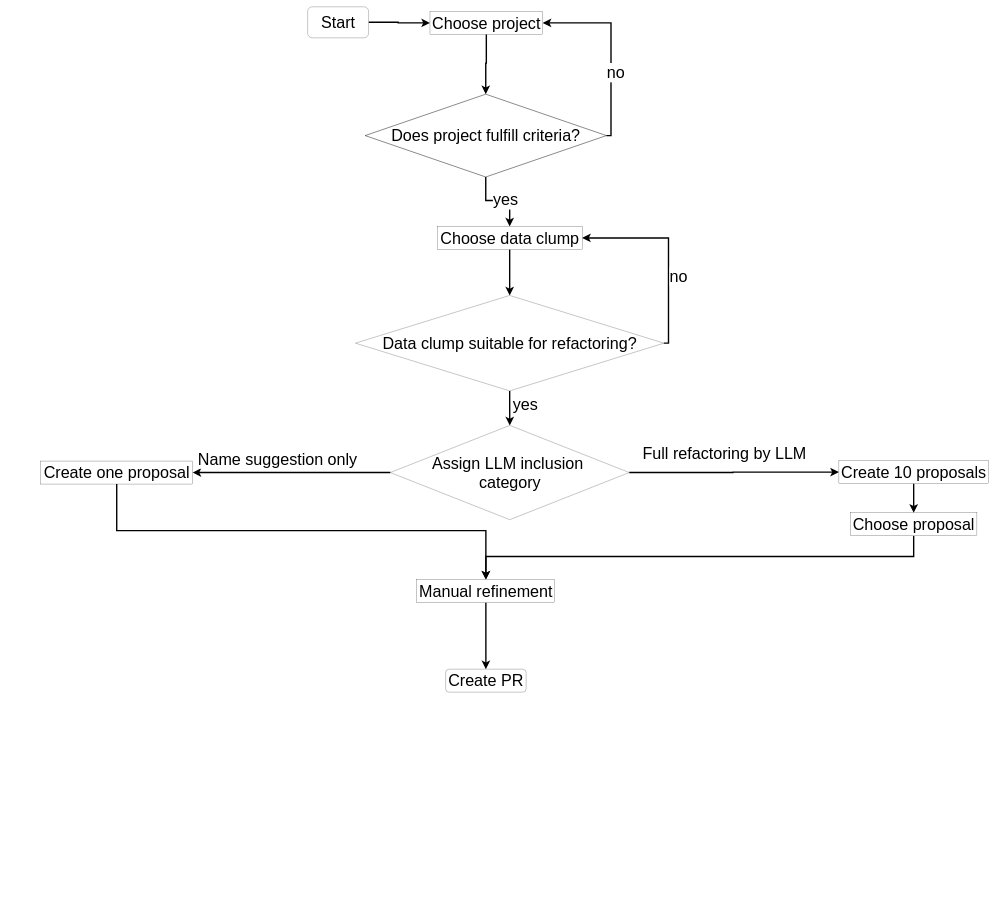
This is masterthesis/figures/chapter5/flowchart_expA.drawio from compf/master-thesis-report, a draw.io file, before an edit. Source tidied: cells renumbered, new cells numbered last; positions are measured from the earlier drawing's top-left corner, leaving out a move shared by most shapes. Both pictures are drawn from the tidied source at 23%, with x=0, y=0 at pixel (41, 7).
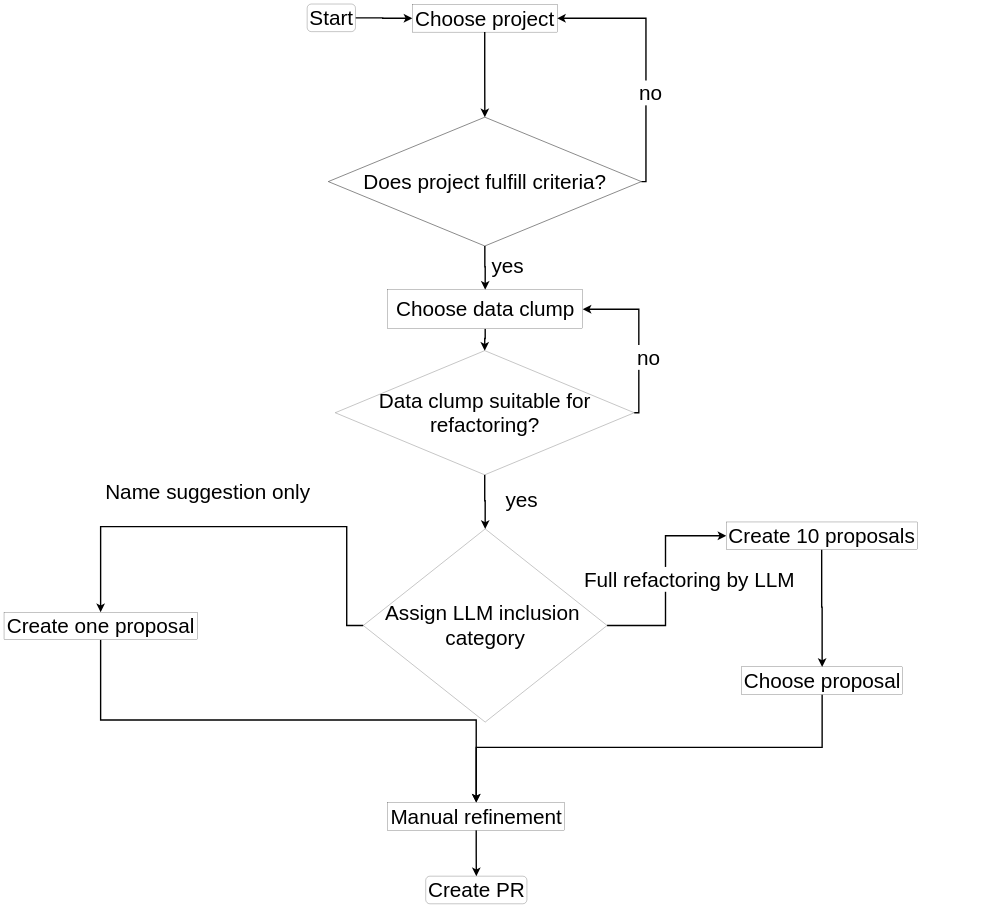
The same page after the edit.

What changed in the source:
```diff
@@
-    <mxCell id="2" style="edgeStyle=orthogonalEdgeStyle;rounded=0;jettySize=auto;html=1;exitX=1;exitY=0.5;exitDx=0;exitDy=0;exitPerimeter=0;entryX=1;entryY=0.5;entryDx=0;entryDy=0;fontSize=70;strokeWidth=6;endSize=19;" parent="1" edge="1" source="6" target="7">
+    <mxCell id="2" style="edgeStyle=orthogonalEdgeStyle;rounded=0;jettySize=auto;html=1;exitX=1;exitY=0.5;exitDx=0;exitDy=0;exitPerimeter=0;entryX=1;entryY=0.5;entryDx=0;entryDy=0;fontSize=90;strokeWidth=6;endSize=19;" parent="1" edge="1" source="6" target="7">
       <mxGeometry relative="1" as="geometry" />
     </mxCell>
-    <mxCell id="3" value="no" style="edgeLabel;html=1;align=center;verticalAlign=middle;fontSize=70;" parent="2" vertex="1">
-      <mxGeometry x="-0.28" relative="1" as="geometry">
-        <mxPoint x="20" y="-4" as="offset" />
+    <mxCell id="3" value="no" style="edgeLabel;html=1;align=center;verticalAlign=middle;fontSize=90;" parent="2" vertex="1">
+      <mxGeometry x="-0.28" width="120" height="120" relative="1" as="geometry">
+        <mxPoint x="-40" y="-64" as="offset" />
       </mxGeometry>
     </mxCell>
-    <mxCell id="4" style="edgeStyle=orthogonalEdgeStyle;rounded=0;jettySize=auto;html=1;exitX=0.5;exitY=1;exitDx=0;exitDy=0;exitPerimeter=0;entryX=0.5;entryY=0;entryDx=0;entryDy=0;fontSize=70;strokeWidth=6;endSize=19;" parent="1" edge="1" source="6" target="13">
+    <mxCell id="4" style="edgeStyle=orthogonalEdgeStyle;rounded=0;jettySize=auto;html=1;exitX=0.5;exitY=1;exitDx=0;exitDy=0;exitPerimeter=0;entryX=0.5;entryY=0;entryDx=0;entryDy=0;fontSize=90;strokeWidth=6;endSize=19;" parent="1" edge="1" source="6" target="13">
       <mxGeometry relative="1" as="geometry" />
     </mxCell>
-    <mxCell id="5" value="yes" style="edgeLabel;html=1;align=center;verticalAlign=middle;fontSize=70;" parent="4" vertex="1">
-      <mxGeometry x="-0.1" y="4" relative="1" as="geometry">
-        <mxPoint x="43" as="offset" />
+    <mxCell id="5" value="yes" style="edgeLabel;html=1;align=center;verticalAlign=middle;fontSize=90;" parent="4" vertex="1">
+      <mxGeometry x="-0.1" y="4" width="160" height="120" relative="1" as="geometry">
+        <mxPoint x="14" y="-60" as="offset" />
       </mxGeometry>
     </mxCell>
-    <mxCell id="6" value="Does project fulfill criteria?" style="strokeWidth=2;html=1;shape=mxgraph.flowchart.decision;whiteSpace=wrap;fontSize=70;" parent="1" vertex="1">
-      <mxGeometry x="1410" y="380" width="1049" height="360" as="geometry" />
+    <mxCell id="6" value="Does project fulfill criteria?" style="strokeWidth=2;html=1;shape=mxgraph.flowchart.decision;whiteSpace=wrap;fontSize=90;" parent="1" vertex="1">
+      <mxGeometry x="1250" y="480" width="1361" height="560" as="geometry" />
     </mxCell>
-    <mxCell id="7" value="Choose project" style="rounded=0;whiteSpace=wrap;html=1;fontSize=70;" parent="1" vertex="1">
-      <mxGeometry x="1692" y="20" width="490" height="100" as="geometry" />
+    <mxCell id="7" value="Choose project" style="rounded=0;whiteSpace=wrap;html=1;fontSize=90;" parent="1" vertex="1">
+      <mxGeometry x="1615" y="-10" width="630" height="120" as="geometry" />
     </mxCell>
-    <mxCell id="8" style="edgeStyle=orthogonalEdgeStyle;rounded=0;jettySize=auto;html=1;exitX=1;exitY=0.5;exitDx=0;exitDy=0;entryX=0;entryY=0.5;entryDx=0;entryDy=0;fontSize=70;strokeWidth=6;endSize=19;" parent="1" edge="1" source="31" target="11">
+    <mxCell id="8" style="edgeStyle=orthogonalEdgeStyle;rounded=0;jettySize=auto;html=1;exitX=1;exitY=0.5;exitDx=0;exitDy=0;entryX=0;entryY=0.5;entryDx=0;entryDy=0;fontSize=90;strokeWidth=6;endSize=19;" parent="1" edge="1" source="31" target="11">
       <mxGeometry relative="1" as="geometry" />
     </mxCell>
-    <mxCell id="9" value="Full refactoring by LLM" style="edgeLabel;html=1;align=center;verticalAlign=middle;fontSize=70;" parent="8" vertex="1">
-      <mxGeometry x="-0.32" y="-1" relative="1" as="geometry">
-        <mxPoint x="102" y="-86" as="offset" />
+    <mxCell id="9" value="Full refactoring by LLM" style="edgeLabel;html=1;align=center;verticalAlign=middle;fontSize=90;" parent="8" vertex="1">
+      <mxGeometry x="-0.32" y="-1" width="940" height="120" relative="1" as="geometry">
+        <mxPoint x="-368" y="-206" as="offset" />
       </mxGeometry>
     </mxCell>
-    <mxCell id="10" style="edgeStyle=orthogonalEdgeStyle;rounded=0;jettySize=auto;html=1;exitX=0.5;exitY=1;exitDx=0;exitDy=0;entryX=0.5;entryY=0;entryDx=0;entryDy=0;fontSize=70;strokeWidth=6;endSize=19;" parent="1" edge="1" source="11" target="24">
+    <mxCell id="10" style="edgeStyle=orthogonalEdgeStyle;rounded=0;jettySize=auto;html=1;entryX=0.5;entryY=0;entryDx=0;entryDy=0;endSize=19;strokeWidth=6;" parent="1" edge="1" source="11" target="24">
       <mxGeometry relative="1" as="geometry" />
     </mxCell>
-    <mxCell id="11" value="Create 10 proposals" style="rounded=0;whiteSpace=wrap;html=1;fontSize=70;" parent="1" vertex="1">
-      <mxGeometry x="3470" y="1973" width="650" height="100" as="geometry" />
+    <mxCell id="11" value="Create 10 proposals" style="rounded=0;whiteSpace=wrap;html=1;fontSize=90;" parent="1" vertex="1">
+      <mxGeometry x="2980" y="2240" width="830" height="120" as="geometry" />
     </mxCell>
-    <mxCell id="12" style="edgeStyle=orthogonalEdgeStyle;rounded=0;jettySize=auto;html=1;exitX=0.5;exitY=1;exitDx=0;exitDy=0;entryX=0.5;entryY=0;entryDx=0;entryDy=0;fontSize=70;strokeWidth=6;endSize=19;" parent="1" edge="1" source="13" target="18">
+    <mxCell id="12" style="edgeStyle=orthogonalEdgeStyle;rounded=0;jettySize=auto;html=1;exitX=0.5;exitY=1;exitDx=0;exitDy=0;entryX=0.5;entryY=0;entryDx=0;entryDy=0;fontSize=90;strokeWidth=6;endSize=19;" parent="1" edge="1" source="13" target="18">
       <mxGeometry relative="1" as="geometry" />
     </mxCell>
-    <mxCell id="13" value="Choose data clump" style="rounded=0;whiteSpace=wrap;html=1;fontSize=70;" parent="1" vertex="1">
-      <mxGeometry x="1723.5" y="955" width="630" height="100" as="geometry" />
+    <mxCell id="13" value="Choose data clump" style="rounded=0;whiteSpace=wrap;html=1;fontSize=90;" parent="1" vertex="1">
+      <mxGeometry x="1507.8" y="1230" width="848.5" height="170" as="geometry" />
     </mxCell>
-    <mxCell id="14" style="edgeStyle=orthogonalEdgeStyle;rounded=0;jettySize=auto;html=1;exitX=1;exitY=0.5;exitDx=0;exitDy=0;entryX=1;entryY=0.5;entryDx=0;entryDy=0;fontSize=70;strokeWidth=6;endSize=19;" parent="1" edge="1" source="18" target="13">
+    <mxCell id="14" style="edgeStyle=orthogonalEdgeStyle;rounded=0;jettySize=auto;html=1;exitX=1;exitY=0.5;exitDx=0;exitDy=0;entryX=1;entryY=0.5;entryDx=0;entryDy=0;fontSize=90;strokeWidth=6;endSize=19;" parent="1" edge="1" source="18" target="13">
       <mxGeometry relative="1" as="geometry" />
     </mxCell>
-    <mxCell id="15" value="no" style="edgeLabel;html=1;align=center;verticalAlign=middle;fontSize=70;" parent="14" vertex="1">
-      <mxGeometry x="-0.27" y="1" relative="1" as="geometry">
-        <mxPoint x="43" as="offset" />
+    <mxCell id="15" value="no" style="edgeLabel;html=1;align=center;verticalAlign=middle;fontSize=90;" parent="14" vertex="1">
+      <mxGeometry x="-0.27" y="1" width="120" height="120" relative="1" as="geometry">
+        <mxPoint x="-17" y="-60" as="offset" />
       </mxGeometry>
     </mxCell>
-    <mxCell id="16" style="edgeStyle=orthogonalEdgeStyle;rounded=0;jettySize=auto;html=1;exitX=0.5;exitY=1;exitDx=0;exitDy=0;entryX=0.5;entryY=0;entryDx=0;entryDy=0;fontSize=70;strokeWidth=6;endSize=19;" parent="1" edge="1" source="18" target="31">
+    <mxCell id="16" style="edgeStyle=orthogonalEdgeStyle;rounded=0;jettySize=auto;html=1;exitX=0.5;exitY=1;exitDx=0;exitDy=0;entryX=0.5;entryY=0;entryDx=0;entryDy=0;fontSize=90;strokeWidth=6;endSize=19;" parent="1" edge="1" source="18" target="31">
       <mxGeometry relative="1" as="geometry" />
     </mxCell>
-    <mxCell id="17" value="yes" style="edgeLabel;html=1;align=center;verticalAlign=middle;fontSize=70;" parent="16" vertex="1">
-      <mxGeometry x="-0.25" y="-1" relative="1" as="geometry">
-        <mxPoint x="68" y="3" as="offset" />
+    <mxCell id="17" value="yes" style="edgeLabel;html=1;align=center;verticalAlign=middle;fontSize=90;" parent="16" vertex="1">
+      <mxGeometry x="-0.25" y="-1" width="160" height="120" relative="1" as="geometry">
+        <mxPoint x="81" y="-40" as="offset" />
       </mxGeometry>
     </mxCell>
-    <mxCell id="18" value="Data clump suitable for refactoring?" style="rhombus;whiteSpace=wrap;html=1;fontSize=70;" parent="1" vertex="1">
-      <mxGeometry x="1368" y="1255" width="1341" height="415" as="geometry" />
+    <mxCell id="18" value="Data clump suitable for refactoring?" style="rhombus;whiteSpace=wrap;html=1;fontSize=90;" parent="1" vertex="1">
+      <mxGeometry x="1280" y="1495" width="1300" height="540" as="geometry" />
     </mxCell>
-    <mxCell id="19" style="edgeStyle=orthogonalEdgeStyle;rounded=0;jettySize=auto;html=1;entryX=0;entryY=0.5;entryDx=0;entryDy=0;fontSize=70;strokeWidth=6;endSize=19;" parent="1" edge="1" source="20" target="7">
+    <mxCell id="19" style="edgeStyle=orthogonalEdgeStyle;rounded=0;jettySize=auto;html=1;entryX=0;entryY=0.5;entryDx=0;entryDy=0;fontSize=90;strokeWidth=6;endSize=19;" parent="1" edge="1" source="20" target="7">
       <mxGeometry relative="1" as="geometry" />
     </mxCell>
-    <mxCell id="20" value="Start" style="rounded=1;whiteSpace=wrap;html=1;fontSize=70;" parent="1" vertex="1">
-      <mxGeometry x="1160" width="265" height="135" as="geometry" />
+    <mxCell id="20" value="Start" style="rounded=1;whiteSpace=wrap;html=1;fontSize=90;" parent="1" vertex="1">
+      <mxGeometry x="1158" y="-12" width="210" height="120" as="geometry" />
     </mxCell>
-    <mxCell id="21" style="edgeStyle=orthogonalEdgeStyle;rounded=0;jettySize=auto;html=1;exitX=0.5;exitY=1;exitDx=0;exitDy=0;entryX=0.5;entryY=0;entryDx=0;entryDy=0;fontSize=70;strokeWidth=6;endSize=19;" parent="1" edge="1" source="22" target="26">
+    <mxCell id="21" style="edgeStyle=orthogonalEdgeStyle;rounded=0;jettySize=auto;html=1;exitX=0.5;exitY=1;exitDx=0;exitDy=0;entryX=0.5;entryY=0;entryDx=0;entryDy=0;fontSize=90;strokeWidth=6;endSize=19;" parent="1" edge="1" source="22" target="26">
       <mxGeometry relative="1" as="geometry" />
     </mxCell>
-    <mxCell id="22" value="Create one proposal" style="rounded=0;whiteSpace=wrap;html=1;fontSize=70;" parent="1" vertex="1">
-      <mxGeometry y="1975" width="660" height="100" as="geometry" />
+    <mxCell id="22" value="Create one proposal" style="rounded=0;whiteSpace=wrap;html=1;fontSize=90;" parent="1" vertex="1">
+      <mxGeometry x="-160" y="2632" width="840" height="120" as="geometry" />
     </mxCell>
-    <mxCell id="23" style="edgeStyle=orthogonalEdgeStyle;rounded=0;jettySize=auto;html=1;exitX=0.5;exitY=1;exitDx=0;exitDy=0;entryX=0.5;entryY=0;entryDx=0;entryDy=0;fontSize=70;strokeWidth=6;endSize=19;" parent="1" edge="1" source="24" target="26">
+    <mxCell id="23" style="edgeStyle=orthogonalEdgeStyle;rounded=0;jettySize=auto;html=1;exitX=0.5;exitY=1;exitDx=0;exitDy=0;entryX=0.5;entryY=0;entryDx=0;entryDy=0;fontSize=90;strokeWidth=6;endSize=19;" parent="1" edge="1" source="24" target="26">
       <mxGeometry relative="1" as="geometry" />
     </mxCell>
-    <mxCell id="24" value="Choose proposal" style="rounded=0;whiteSpace=wrap;html=1;fontSize=70;" parent="1" vertex="1">
-      <mxGeometry x="3520" y="2200" width="550" height="100" as="geometry" />
+    <mxCell id="24" value="Choose proposal" style="rounded=0;whiteSpace=wrap;html=1;fontSize=90;" parent="1" vertex="1">
+      <mxGeometry x="3047" y="2870" width="700" height="120" as="geometry" />
     </mxCell>
-    <mxCell id="25" style="edgeStyle=orthogonalEdgeStyle;rounded=0;jettySize=auto;html=1;exitX=0.5;exitY=1;exitDx=0;exitDy=0;entryX=0.5;entryY=0;entryDx=0;entryDy=0;fontSize=70;strokeWidth=6;endSize=19;" parent="1" edge="1" source="26" target="27">
+    <mxCell id="25" style="edgeStyle=orthogonalEdgeStyle;rounded=0;jettySize=auto;html=1;exitX=0.5;exitY=1;exitDx=0;exitDy=0;entryX=0.5;entryY=0;entryDx=0;entryDy=0;fontSize=90;strokeWidth=6;endSize=19;" parent="1" edge="1" source="26" target="27">
       <mxGeometry relative="1" as="geometry" />
     </mxCell>
-    <mxCell id="26" value="Manual refinement" style="rounded=0;whiteSpace=wrap;html=1;fontSize=70;" parent="1" vertex="1">
-      <mxGeometry x="1635" y="2490" width="600" height="100" as="geometry" />
+    <mxCell id="26" value="Manual refinement" style="rounded=0;whiteSpace=wrap;html=1;fontSize=90;" parent="1" vertex="1">
+      <mxGeometry x="1508" y="3460" width="770" height="120" as="geometry" />
     </mxCell>
-    <mxCell id="27" value="Create PR" style="rounded=1;whiteSpace=wrap;html=1;fontSize=70;" parent="1" vertex="1">
-      <mxGeometry x="1760" y="2880" width="350" height="100" as="geometry" />
+    <mxCell id="27" value="Create PR" style="rounded=1;whiteSpace=wrap;html=1;fontSize=90;" parent="1" vertex="1">
+      <mxGeometry x="1673.5" y="3780" width="440" height="120" as="geometry" />
     </mxCell>
-    <mxCell id="28" style="edgeStyle=orthogonalEdgeStyle;rounded=0;jettySize=auto;html=1;exitX=0.5;exitY=1;exitDx=0;exitDy=0;entryX=0.5;entryY=0;entryDx=0;entryDy=0;entryPerimeter=0;fontSize=70;strokeWidth=6;endSize=19;" parent="1" edge="1" source="7" target="6">
+    <mxCell id="28" style="edgeStyle=orthogonalEdgeStyle;rounded=0;jettySize=auto;html=1;exitX=0.5;exitY=1;exitDx=0;exitDy=0;entryX=0.5;entryY=0;entryDx=0;entryDy=0;entryPerimeter=0;fontSize=90;strokeWidth=6;endSize=19;" parent="1" edge="1" source="7" target="6">
       <mxGeometry relative="1" as="geometry" />
     </mxCell>
-    <mxCell id="29" style="edgeStyle=orthogonalEdgeStyle;rounded=0;jettySize=auto;html=1;exitX=0;exitY=0.5;exitDx=0;exitDy=0;entryX=1;entryY=0.5;entryDx=0;entryDy=0;fontSize=70;strokeWidth=6;endSize=19;" parent="1" edge="1" source="31" target="22">
-      <mxGeometry relative="1" as="geometry" />
+    <mxCell id="29" style="edgeStyle=orthogonalEdgeStyle;rounded=0;jettySize=auto;html=1;exitX=0;exitY=0.5;exitDx=0;exitDy=0;fontSize=90;strokeWidth=6;endSize=19;" parent="1" edge="1" source="31" target="22">
+      <mxGeometry relative="1" as="geometry">
+        <Array as="points">
+          <mxPoint x="1330" y="2690" />
+          <mxPoint x="1330" y="2260" />
+          <mxPoint x="260" y="2260" />
+        </Array>
+      </mxGeometry>
     </mxCell>
-    <mxCell id="30" value="&lt;div&gt;&lt;font&gt;Name suggestion only&lt;/font&gt;&lt;/div&gt;" style="edgeLabel;html=1;align=center;verticalAlign=middle;fontSize=70;" parent="29" vertex="1">
-      <mxGeometry x="0.26" y="-6" relative="1" as="geometry">
-        <mxPoint x="50" y="-54" as="offset" />
+    <mxCell id="30" value="&lt;div&gt;&lt;font&gt;Name suggestion only&lt;/font&gt;&lt;/div&gt;" style="edgeLabel;html=1;align=center;verticalAlign=middle;fontSize=90;" parent="29" vertex="1">
+      <mxGeometry x="0.26" y="-6" width="910" height="120" relative="1" as="geometry">
+        <mxPoint x="-337" y="-206" as="offset" />
       </mxGeometry>
     </mxCell>
-    <mxCell id="31" value="Assign LLM inclusion&amp;nbsp;&lt;div&gt;category&lt;/div&gt;" style="rhombus;whiteSpace=wrap;html=1;fontSize=70;" parent="1" vertex="1">
-      <mxGeometry x="1519.5" y="1820" width="1039" height="410" as="geometry" />
+    <mxCell id="31" value="Assign LLM inclusion&amp;nbsp;&lt;div&gt;category&lt;/div&gt;" style="rhombus;whiteSpace=wrap;html=1;fontSize=90;" parent="1" vertex="1">
+      <mxGeometry x="1402" y="2270" width="1060" height="840" as="geometry" />
     </mxCell>
```
